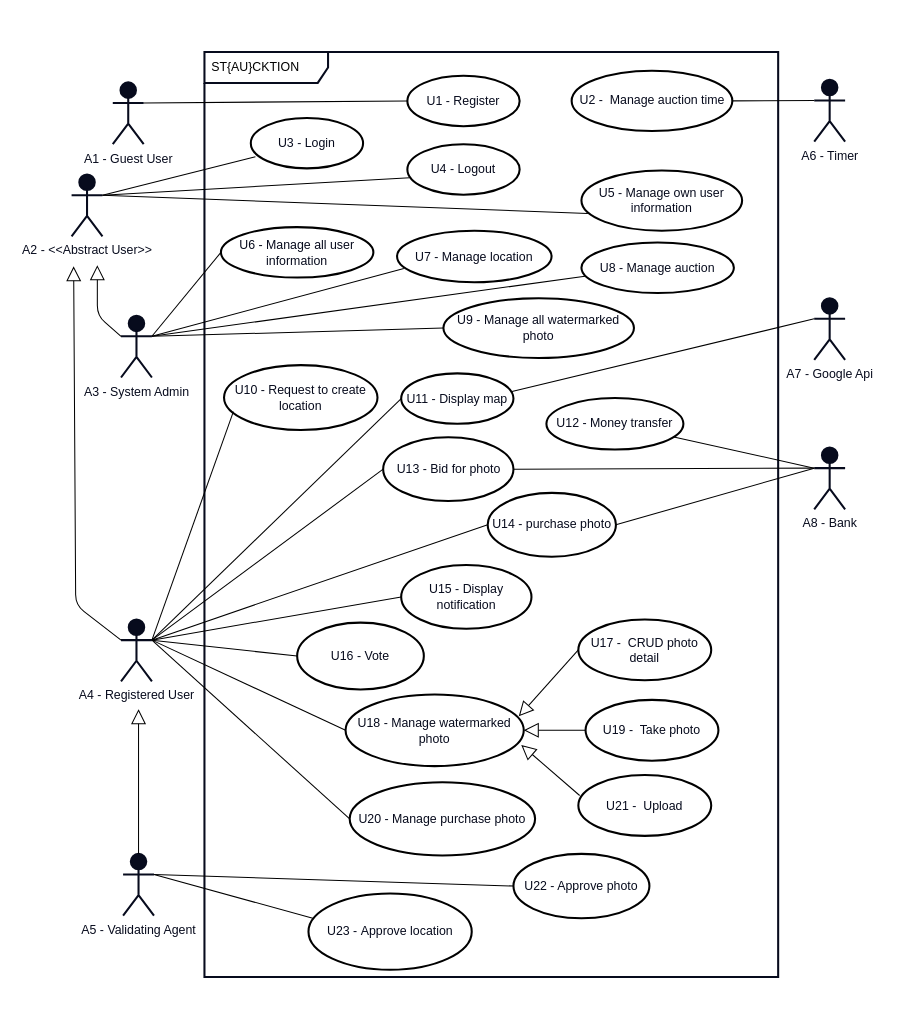
Above: diagrams/use-case-diagram/use-case-diagram.drawio in staucktion/docs (draw.io), before the change. Source tidied: cells renumbered, new cells numbered last; positions are measured from the earlier drawing's top-left corner, leaving out a move shared by most shapes. Both pictures are drawn from the tidied source at 103%, with x=0, y=0 at pixel (19, 19).
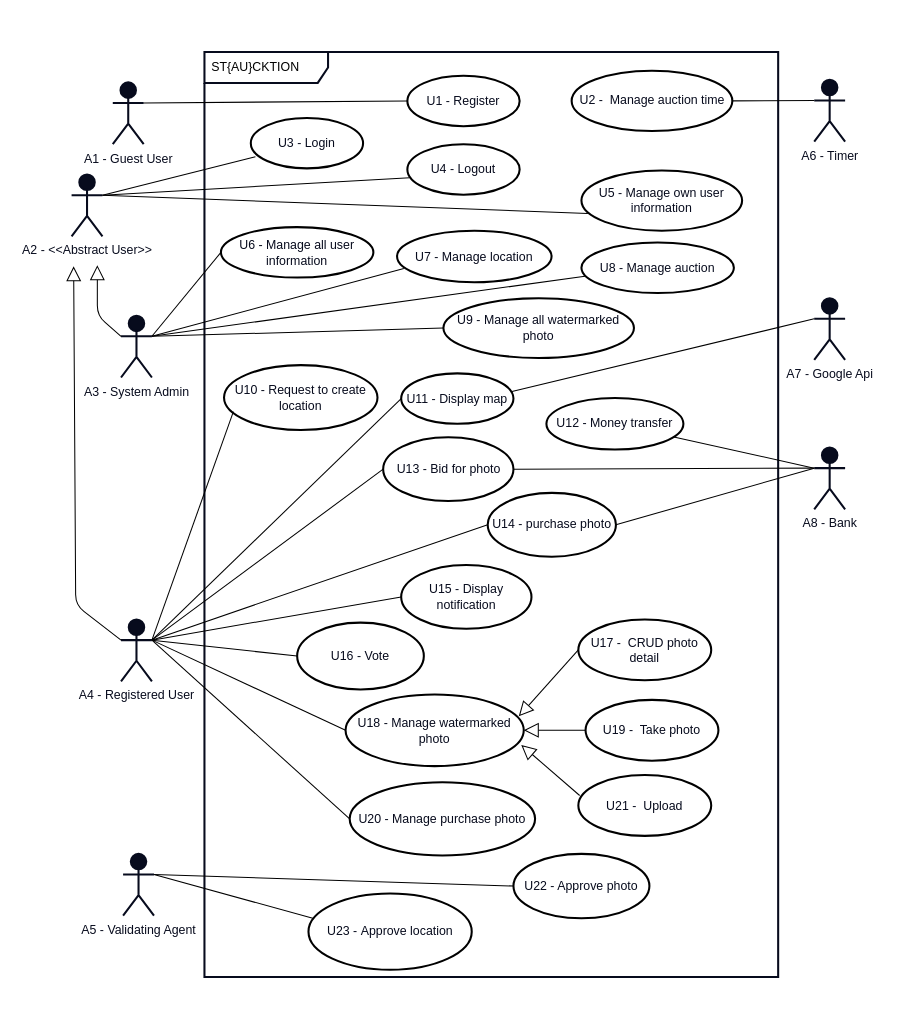
After the change.

Commit message (it also covers changes not shown here):
update use case diagram

The change refers to these unchanged cells:
```xml
<mxCell id="19" value="&lt;font color=&quot;#070b1d&quot;&gt;A5 - Validating Agent&lt;br&gt;&lt;/font&gt;" style="shape=umlActor;verticalLabelPosition=bottom;verticalAlign=top;html=1;strokeColor=#070B1D;strokeWidth=2;fillColor=#070B1D;gradientColor=none;" parent="1" vertex="1">
  <mxGeometry x="101" y="810.5" width="30" height="60" as="geometry" />
</mxCell>
```

The edit, as a diff of the source:
```diff
@@
-    <mxCell id="35" style="edgeStyle=none;html=1;endSize=12;endArrow=block;endFill=0;strokeColor=#000000;exitX=0.5;exitY=0;exitDx=0;exitDy=0;exitPerimeter=0;" parent="1" edge="1" source="19">
-      <mxGeometry relative="1" as="geometry">
-        <mxPoint x="116" y="670" as="targetPoint" />
-      </mxGeometry>
-    </mxCell>
```
